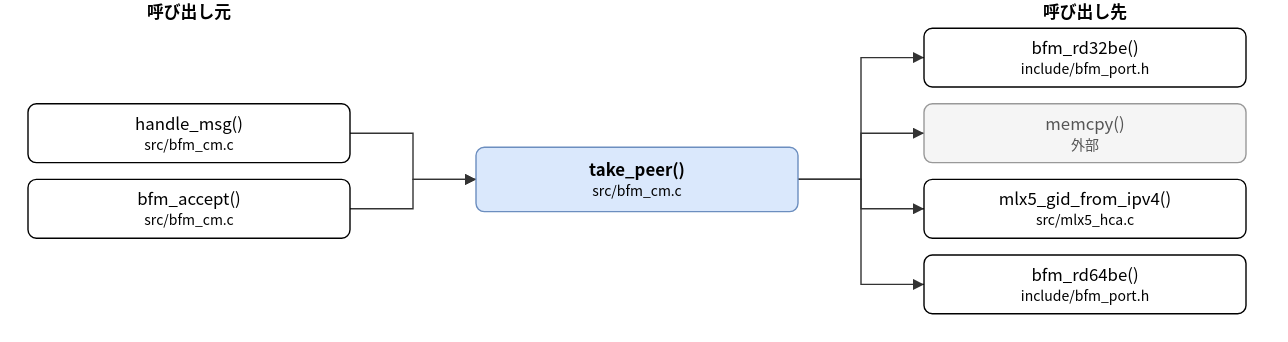
This is doc/spec/images/call_src_bfm_cm-take_peer.drawio.svg from hf355051012-ai/bfmem, a draw.io export, as it was before one commit. Source tidied: cells renumbered, new cells last; positions are measured from the earlier drawing's top-left corner, leaving out a move shared by most shapes.
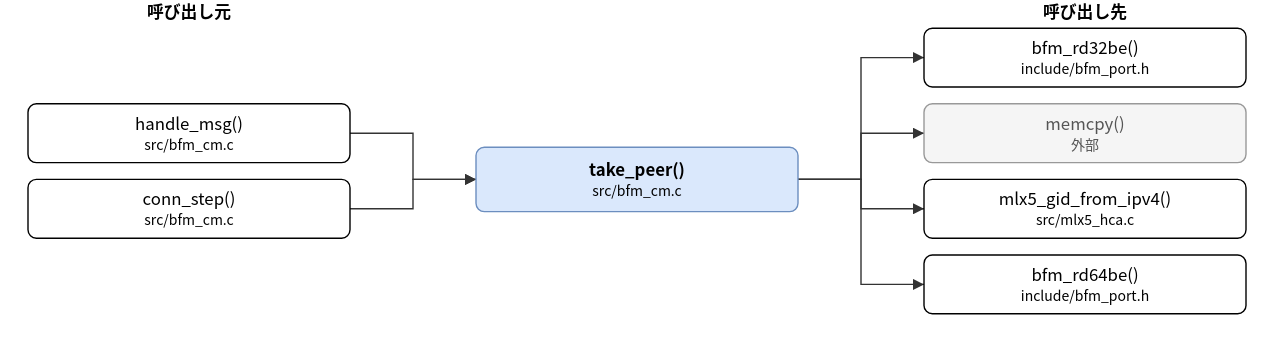
After the change.

The edit, as a diff of the source:
```diff
@@ -8,7 +8,7 @@
     <mxCell id="3" value="handle_msg()&lt;br&gt;&lt;font style=&quot;font-size:10px&quot;&gt;src/bfm_cm.c&lt;/font&gt;" style="rounded=1;whiteSpace=wrap;html=1;" parent="1" vertex="1">
       <mxGeometry y="74" width="230" height="42" as="geometry" />
     </mxCell>
-    <mxCell id="4" value="bfm_accept()&lt;br&gt;&lt;font style=&quot;font-size:10px&quot;&gt;src/bfm_cm.c&lt;/font&gt;" style="rounded=1;whiteSpace=wrap;html=1;" parent="1" vertex="1">
+    <mxCell id="4" value="conn_step()&lt;br&gt;&lt;font style=&quot;font-size:10px&quot;&gt;src/bfm_cm.c&lt;/font&gt;" style="rounded=1;whiteSpace=wrap;html=1;" parent="1" vertex="1">
       <mxGeometry y="128" width="230" height="42" as="geometry" />
     </mxCell>
     <mxCell id="5" value="bfm_rd32be()&lt;br&gt;&lt;font style=&quot;font-size:10px&quot;&gt;include/bfm_port.h&lt;/font&gt;" style="rounded=1;whiteSpace=wrap;html=1;" parent="1" vertex="1">
```
